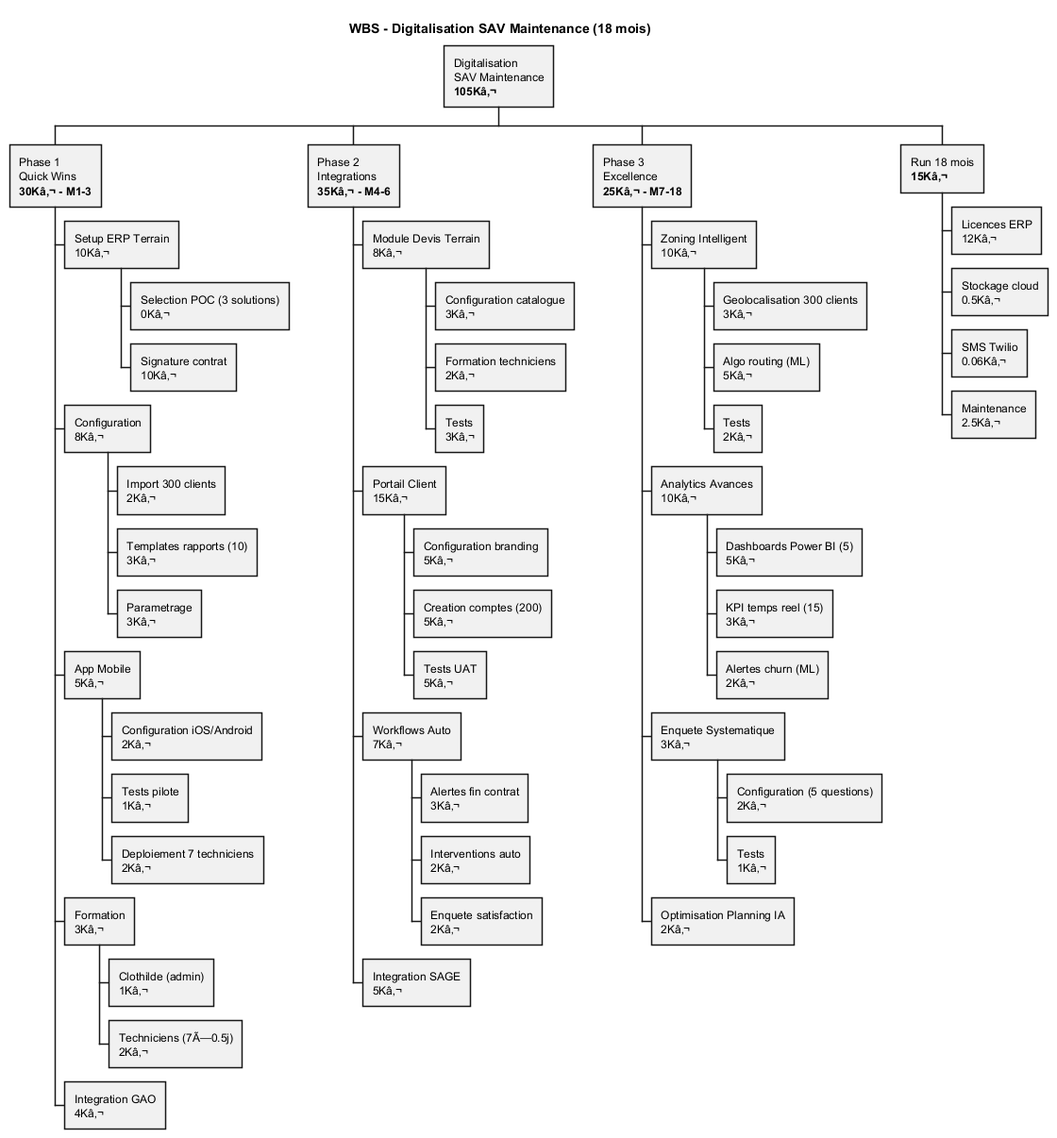
Before: Maintenance-Technique/uml/WBS_Digitalisation_SAV.png, a diagram exported from PlantUML (JordanSerafini/Audit_Duret).
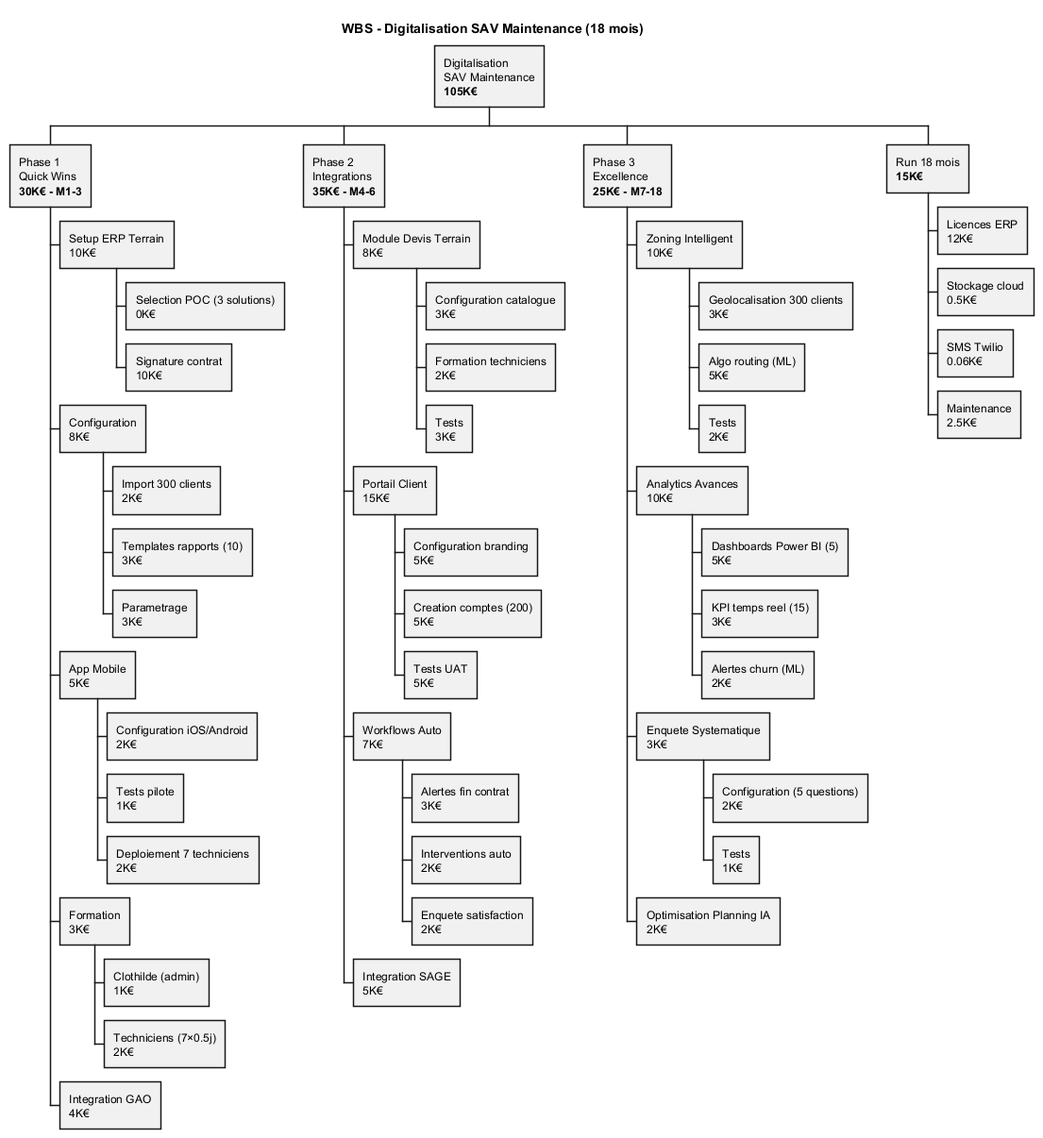
After the change.

What changed in the source:
```diff
@@ -2,57 +2,57 @@
 
 title WBS - Digitalisation SAV Maintenance (18 mois)
 
-* Digitalisation\nSAV Maintenance\n**105Kâ‚¬**
-** Phase 1\nQuick Wins\n**30Kâ‚¬ - M1-3**
-*** Setup ERP Terrain\n10Kâ‚¬
-**** Selection POC (3 solutions)\n0Kâ‚¬
-**** Signature contrat\n10Kâ‚¬
-*** Configuration\n8Kâ‚¬
-**** Import 300 clients\n2Kâ‚¬
-**** Templates rapports (10)\n3Kâ‚¬
-**** Parametrage\n3Kâ‚¬
-*** App Mobile\n5Kâ‚¬
-**** Configuration iOS/Android\n2Kâ‚¬
-**** Tests pilote\n1Kâ‚¬
-**** Deploiement 7 techniciens\n2Kâ‚¬
-*** Formation\n3Kâ‚¬
-**** Clothilde (admin)\n1Kâ‚¬
-**** Techniciens (7Ã—0.5j)\n2Kâ‚¬
-*** Integration GAO\n4Kâ‚¬
+* Digitalisation\nSAV Maintenance\n**105K€**
+** Phase 1\nQuick Wins\n**30K€ - M1-3**
+*** Setup ERP Terrain\n10K€
+**** Selection POC (3 solutions)\n0K€
+**** Signature contrat\n10K€
+*** Configuration\n8K€
+**** Import 300 clients\n2K€
+**** Templates rapports (10)\n3K€
+**** Parametrage\n3K€
+*** App Mobile\n5K€
+**** Configuration iOS/Android\n2K€
+**** Tests pilote\n1K€
+**** Deploiement 7 techniciens\n2K€
+*** Formation\n3K€
+**** Clothilde (admin)\n1K€
+**** Techniciens (7×0.5j)\n2K€
+*** Integration GAO\n4K€
 
-** Phase 2\nIntegrations\n**35Kâ‚¬ - M4-6**
-*** Module Devis Terrain\n8Kâ‚¬
-**** Configuration catalogue\n3Kâ‚¬
-**** Formation techniciens\n2Kâ‚¬
-**** Tests\n3Kâ‚¬
-*** Portail Client\n15Kâ‚¬
-**** Configuration branding\n5Kâ‚¬
-**** Creation comptes (200)\n5Kâ‚¬
-**** Tests UAT\n5Kâ‚¬
-*** Workflows Auto\n7Kâ‚¬
-**** Alertes fin contrat\n3Kâ‚¬
-**** Interventions auto\n2Kâ‚¬
-**** Enquete satisfaction\n2Kâ‚¬
-*** Integration SAGE\n5Kâ‚¬
+** Phase 2\nIntegrations\n**35K€ - M4-6**
+*** Module Devis Terrain\n8K€
+**** Configuration catalogue\n3K€
+**** Formation techniciens\n2K€
+**** Tests\n3K€
+*** Portail Client\n15K€
+**** Configuration branding\n5K€
+**** Creation comptes (200)\n5K€
+**** Tests UAT\n5K€
+*** Workflows Auto\n7K€
+**** Alertes fin contrat\n3K€
+**** Interventions auto\n2K€
+**** Enquete satisfaction\n2K€
+*** Integration SAGE\n5K€
 
-** Phase 3\nExcellence\n**25Kâ‚¬ - M7-18**
-*** Zoning Intelligent\n10Kâ‚¬
-**** Geolocalisation 300 clients\n3Kâ‚¬
-**** Algo routing (ML)\n5Kâ‚¬
-**** Tests\n2Kâ‚¬
-*** Analytics Avances\n10Kâ‚¬
-**** Dashboards Power BI (5)\n5Kâ‚¬
-**** KPI temps reel (15)\n3Kâ‚¬
-**** Alertes churn (ML)\n2Kâ‚¬
-*** Enquete Systematique\n3Kâ‚¬
-**** Configuration (5 questions)\n2Kâ‚¬
-**** Tests\n1Kâ‚¬
-*** Optimisation Planning IA\n2Kâ‚¬
+** Phase 3\nExcellence\n**25K€ - M7-18**
+*** Zoning Intelligent\n10K€
+**** Geolocalisation 300 clients\n3K€
+**** Algo routing (ML)\n5K€
+**** Tests\n2K€
+*** Analytics Avances\n10K€
+**** Dashboards Power BI (5)\n5K€
+**** KPI temps reel (15)\n3K€
+**** Alertes churn (ML)\n2K€
+*** Enquete Systematique\n3K€
+**** Configuration (5 questions)\n2K€
+**** Tests\n1K€
+*** Optimisation Planning IA\n2K€
 
-** Run 18 mois\n**15Kâ‚¬**
-*** Licences ERP\n12Kâ‚¬
-*** Stockage cloud\n0.5Kâ‚¬
-*** SMS Twilio\n0.06Kâ‚¬
-*** Maintenance\n2.5Kâ‚¬
+** Run 18 mois\n**15K€**
+*** Licences ERP\n12K€
+*** Stockage cloud\n0.5K€
+*** SMS Twilio\n0.06K€
+*** Maintenance\n2.5K€
 
 @endwbs
```
